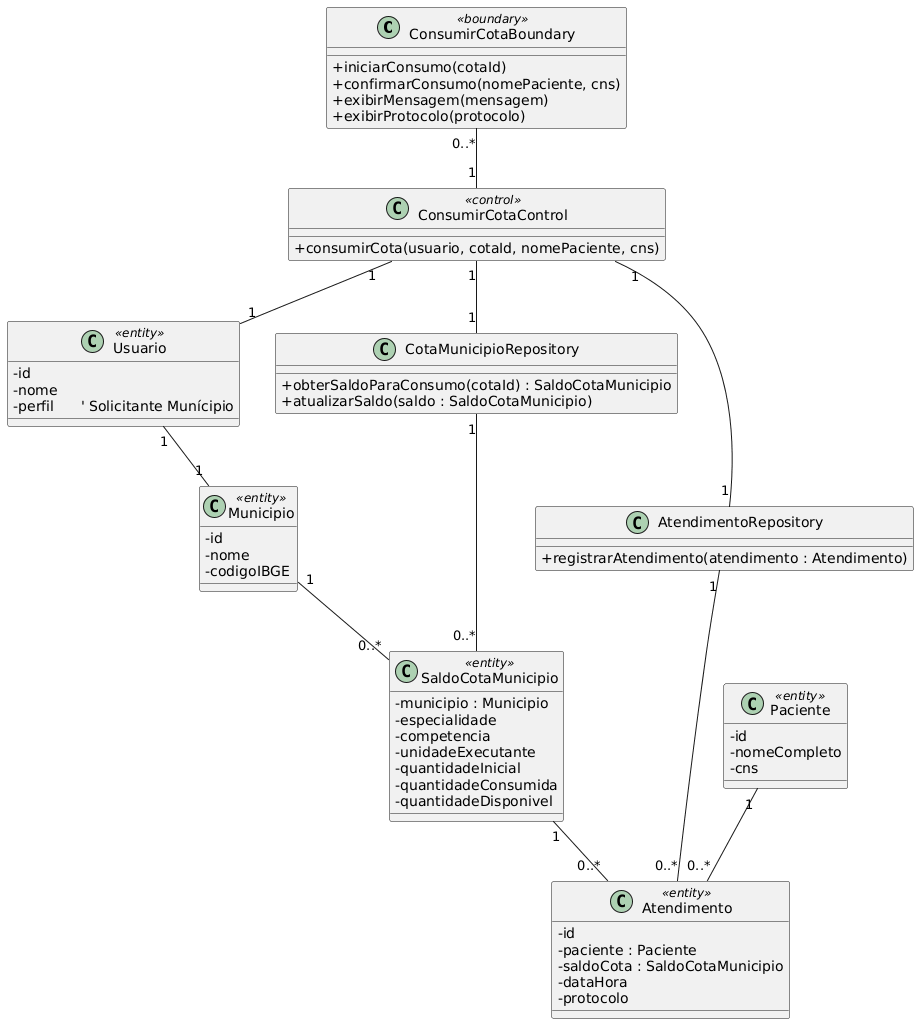
Above: Diagramas de classes/UC017.png in EvertonFerreir4/Sistema_De_Cotas_SES (PlantUML), before the change. The source it was exported from:
```plantuml
@startuml
skinparam classAttributeIconSize 0

class ConsumirCotaBoundary <<boundary>> {
    +iniciarConsumo(cotaId)
    +confirmarConsumo(nomePaciente, cns)
    +exibirMensagem(mensagem)
    +exibirProtocolo(protocolo)
}

class ConsumirCotaControl <<control>> {
    +consumirCota(usuario, cotaId, nomePaciente, cns)
}

class Usuario <<entity>> {
    -id
    -nome
    -perfil      ' Solicitante Munícipio
}

class Municipio <<entity>> {
    -id
    -nome
    -codigoIBGE
}

class Paciente <<entity>> {
    -id
    -nomeCompleto
    -cns
}

class SaldoCotaMunicipio <<entity>> {
    -municipio : Municipio
    -especialidade
    -competencia
    -unidadeExecutante
    -quantidadeInicial
    -quantidadeConsumida
    -quantidadeDisponivel
}

class Atendimento <<entity>> {
    -id
    -paciente : Paciente
    -saldoCota : SaldoCotaMunicipio
    -dataHora
    -protocolo
}

class CotaMunicipioRepository {
    +obterSaldoParaConsumo(cotaId) : SaldoCotaMunicipio
    +atualizarSaldo(saldo : SaldoCotaMunicipio)
}

class AtendimentoRepository {
    +registrarAtendimento(atendimento : Atendimento)
}

ConsumirCotaBoundary "0..*" -- "1" ConsumirCotaControl

ConsumirCotaControl "1" -- "1" Usuario

Usuario "1" -- "1" Municipio

Municipio "1" -- "0..*" SaldoCotaMunicipio

SaldoCotaMunicipio "1" -- "0..*" Atendimento

Paciente "1" -- "0..*" Atendimento

ConsumirCotaControl "1" -- "1" CotaMunicipioRepository

ConsumirCotaControl "1" -- "1" AtendimentoRepository

CotaMunicipioRepository "1" -- "0..*" SaldoCotaMunicipio

AtendimentoRepository "1" -- "0..*" Atendimento
@enduml
```
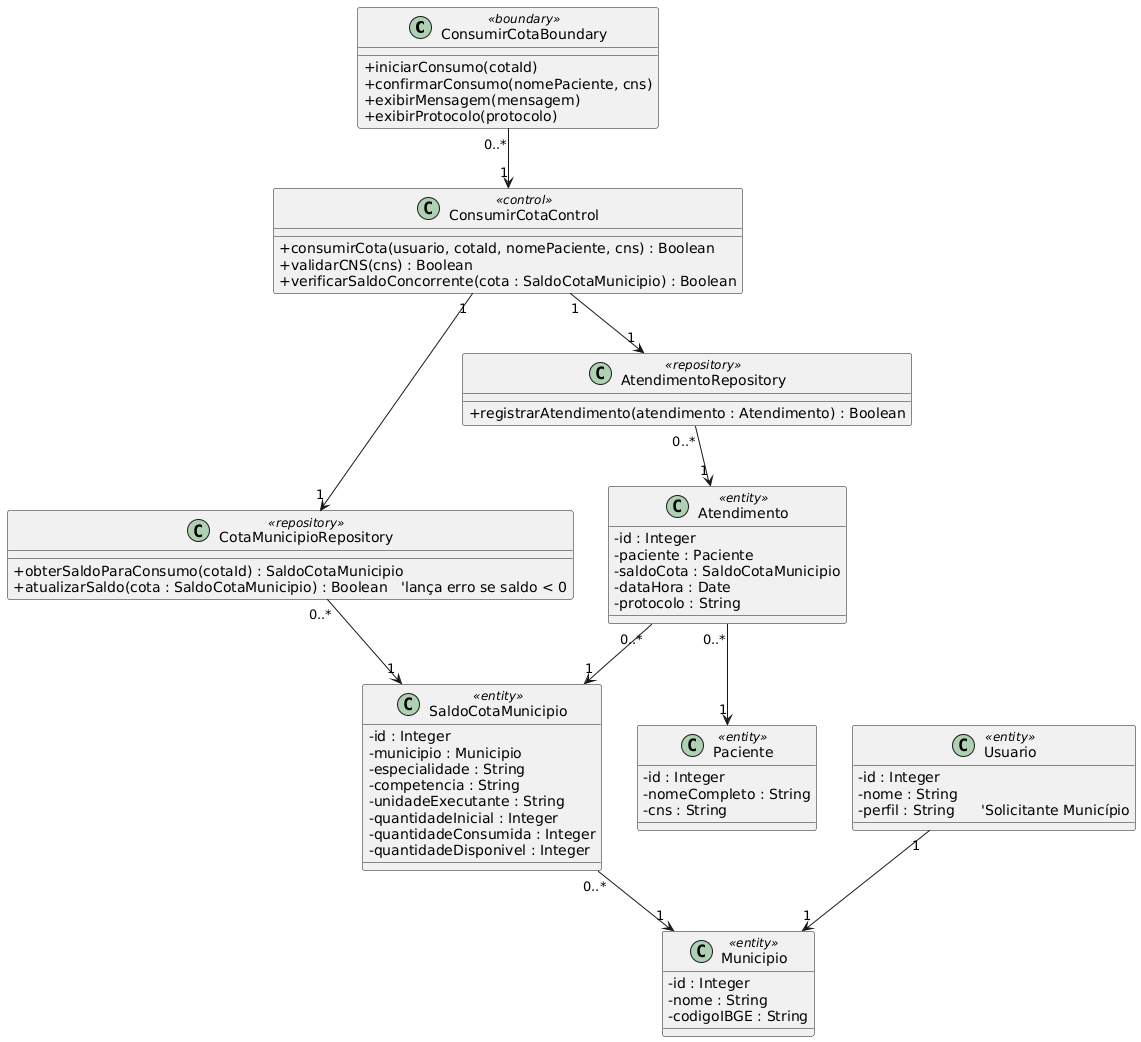
Above is the later version.

Diff of the diagram source:
```diff
@@ -9,71 +9,68 @@
 }
 
 class ConsumirCotaControl <<control>> {
-    +consumirCota(usuario, cotaId, nomePaciente, cns)
+    +consumirCota(usuario, cotaId, nomePaciente, cns) : Boolean
+    +validarCNS(cns) : Boolean
+    +verificarSaldoConcorrente(cota : SaldoCotaMunicipio) : Boolean
+}
+
+class CotaMunicipioRepository <<repository>> {
+    +obterSaldoParaConsumo(cotaId) : SaldoCotaMunicipio
+    +atualizarSaldo(cota : SaldoCotaMunicipio) : Boolean   'lança erro se saldo < 0
+}
+
+class AtendimentoRepository <<repository>> {
+    +registrarAtendimento(atendimento : Atendimento) : Boolean
 }
 
 class Usuario <<entity>> {
-    -id
-    -nome
-    -perfil      ' Solicitante Munícipio
+    -id : Integer
+    -nome : String
+    -perfil : String      'Solicitante Município
 }
 
 class Municipio <<entity>> {
-    -id
-    -nome
-    -codigoIBGE
+    -id : Integer
+    -nome : String
+    -codigoIBGE : String
+}
+
+class SaldoCotaMunicipio <<entity>> {
+    -id : Integer
+    -municipio : Municipio
+    -especialidade : String
+    -competencia : String
+    -unidadeExecutante : String
+    -quantidadeInicial : Integer
+    -quantidadeConsumida : Integer
+    -quantidadeDisponivel : Integer
 }
 
 class Paciente <<entity>> {
-    -id
-    -nomeCompleto
-    -cns
-}
-
-class SaldoCotaMunicipio <<entity>> {
-    -municipio : Municipio
-    -especialidade
-    -competencia
-    -unidadeExecutante
-    -quantidadeInicial
-    -quantidadeConsumida
-    -quantidadeDisponivel
+    -id : Integer
+    -nomeCompleto : String
+    -cns : String
 }
 
 class Atendimento <<entity>> {
-    -id
+    -id : Integer
     -paciente : Paciente
     -saldoCota : SaldoCotaMunicipio
-    -dataHora
-    -protocolo
+    -dataHora : Date
+    -protocolo : String
 }
 
-class CotaMunicipioRepository {
-    +obterSaldoParaConsumo(cotaId) : SaldoCotaMunicipio
-    +atualizarSaldo(saldo : SaldoCotaMunicipio)
-}
 
-class AtendimentoRepository {
-    +registrarAtendimento(atendimento : Atendimento)
-}
+ConsumirCotaBoundary "0..*" --> "1" ConsumirCotaControl
+ConsumirCotaControl "1" --> "1" CotaMunicipioRepository
+ConsumirCotaControl "1" --> "1" AtendimentoRepository
 
-ConsumirCotaBoundary "0..*" -- "1" ConsumirCotaControl
+Usuario "1" --> "1" Municipio
 
-ConsumirCotaControl "1" -- "1" Usuario
+CotaMunicipioRepository "0..*" --> "1" SaldoCotaMunicipio
+AtendimentoRepository "0..*" --> "1" Atendimento
 
-Usuario "1" -- "1" Municipio
-
-Municipio "1" -- "0..*" SaldoCotaMunicipio
-
-SaldoCotaMunicipio "1" -- "0..*" Atendimento
-
-Paciente "1" -- "0..*" Atendimento
-
-ConsumirCotaControl "1" -- "1" CotaMunicipioRepository
-
-ConsumirCotaControl "1" -- "1" AtendimentoRepository
-
-CotaMunicipioRepository "1" -- "0..*" SaldoCotaMunicipio
-
-AtendimentoRepository "1" -- "0..*" Atendimento
+SaldoCotaMunicipio "0..*" --> "1" Municipio
+Atendimento "0..*" --> "1" Paciente
+Atendimento "0..*" --> "1" SaldoCotaMunicipio
 @enduml
```
